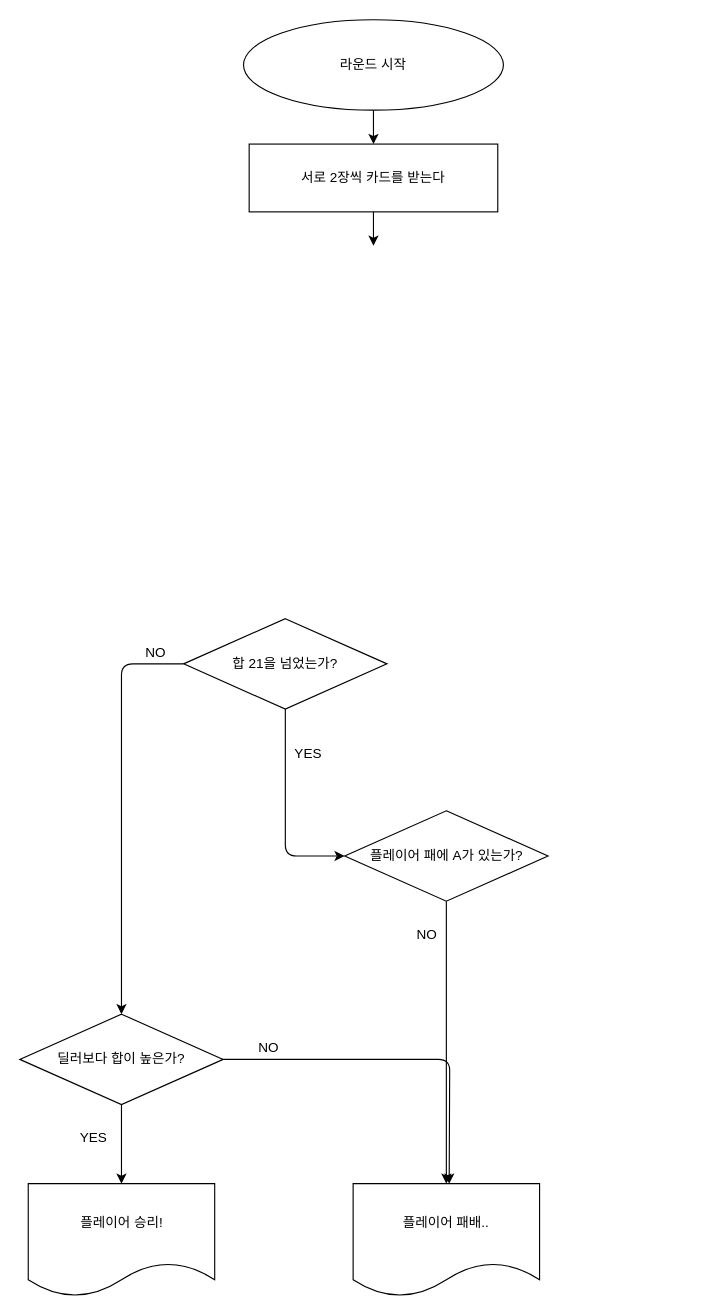
lchj333/CreateTest keeps this draw.io diagram as Untitled Diagram.drawio. Above is the earlier version. Source tidied: cells renumbered, new cells numbered last; positions are measured from the earlier drawing's top-left corner, leaving out a move shared by most shapes. Both pictures are drawn from the tidied source at 113%, with x=0, y=0 at pixel (19, 19).
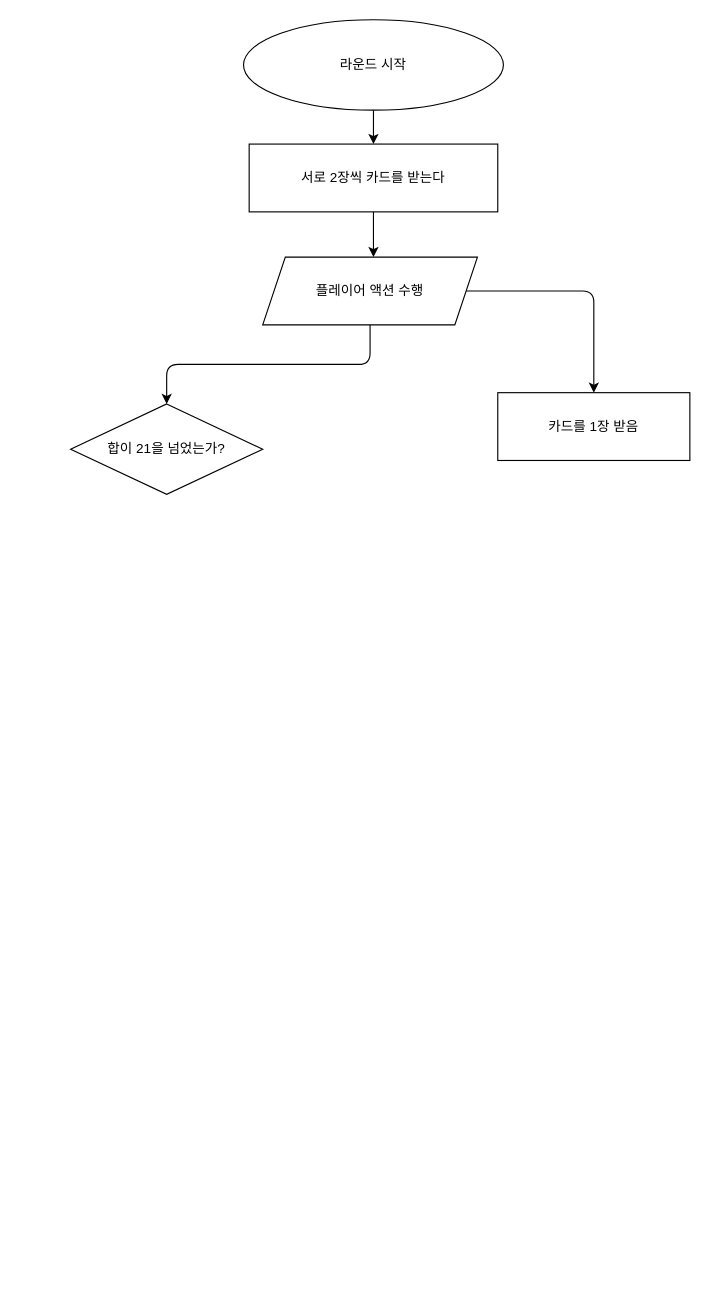
The same page after the edit.

Unchanged cells that the change refers to:
```xml
<mxCell id="16" value="서로 2장씩 카드를 받는다" style="rounded=0;whiteSpace=wrap;html=1;sketch=0;" parent="1" vertex="1">
  <mxGeometry x="203" y="110" width="220" height="60" as="geometry" />
</mxCell>
```

What changed in the source:
```diff
@@
-    <mxCell id="4" style="edgeStyle=orthogonalEdgeStyle;curved=0;rounded=1;sketch=0;jettySize=auto;html=1;" parent="1" edge="1" source="6" target="9">
-      <mxGeometry relative="1" as="geometry">
-        <Array as="points">
-          <mxPoint x="235" y="570" />
-          <mxPoint x="90" y="570" />
-        </Array>
-      </mxGeometry>
-    </mxCell>
-    <mxCell id="5" style="edgeStyle=orthogonalEdgeStyle;curved=0;rounded=1;sketch=0;jettySize=auto;html=1;exitX=0.5;exitY=1;exitDx=0;exitDy=0;entryX=0;entryY=0.5;entryDx=0;entryDy=0;" parent="1" edge="1" source="6" target="19">
-      <mxGeometry relative="1" as="geometry" />
-    </mxCell>
-    <mxCell id="6" value="합 21을 넘었는가?" style="rhombus;whiteSpace=wrap;html=1;rounded=0;sketch=0;" parent="1" vertex="1">
-      <mxGeometry x="145" y="530" width="180" height="80" as="geometry" />
-    </mxCell>
-    <mxCell id="7" style="edgeStyle=orthogonalEdgeStyle;curved=0;rounded=1;sketch=0;jettySize=auto;html=1;exitX=0.5;exitY=1;exitDx=0;exitDy=0;entryX=0.5;entryY=0;entryDx=0;entryDy=0;" parent="1" edge="1" source="9">
-      <mxGeometry relative="1" as="geometry">
-        <mxPoint x="90" y="1030" as="targetPoint" />
-      </mxGeometry>
-    </mxCell>
-    <mxCell id="8" style="edgeStyle=orthogonalEdgeStyle;curved=0;rounded=1;sketch=0;jettySize=auto;html=1;exitX=1;exitY=0.5;exitDx=0;exitDy=0;entryX=0.5;entryY=0;entryDx=0;entryDy=0;" parent="1" edge="1" source="9">
-      <mxGeometry relative="1" as="geometry">
-        <mxPoint x="380" y="1030" as="targetPoint" />
-      </mxGeometry>
-    </mxCell>
-    <mxCell id="9" value="딜러보다 합이 높은가?" style="rhombus;whiteSpace=wrap;html=1;rounded=0;sketch=0;" parent="1" vertex="1">
-      <mxGeometry y="880" width="180" height="80" as="geometry" />
-    </mxCell>
-    <mxCell id="10" value="NO" style="text;html=1;align=center;verticalAlign=middle;" parent="1" vertex="1">
-      <mxGeometry x="205" y="900" width="30" height="20" as="geometry" />
-    </mxCell>
-    <mxCell id="11" value="YES" style="text;html=1;align=center;verticalAlign=middle;" parent="1" vertex="1">
-      <mxGeometry x="45" y="980" width="40" height="20" as="geometry" />
-    </mxCell>
-    <mxCell id="12" value="YES" style="text;html=1;align=center;verticalAlign=middle;" parent="1" vertex="1">
-      <mxGeometry x="235" y="640" width="40" height="20" as="geometry" />
-    </mxCell>
-    <mxCell id="13" value="플레이어 승리!" style="shape=document;whiteSpace=wrap;html=1;boundedLbl=1;rounded=0;sketch=0;" parent="1" vertex="1">
-      <mxGeometry x="7.5" y="1030" width="165" height="100" as="geometry" />
-    </mxCell>
-    <mxCell id="14" value="플레이어 패배.." style="shape=document;whiteSpace=wrap;html=1;boundedLbl=1;rounded=0;sketch=0;" parent="1" vertex="1">
-      <mxGeometry x="295" y="1030" width="165" height="100" as="geometry" />
-    </mxCell>
     <mxCell id="15" style="edgeStyle=orthogonalEdgeStyle;curved=0;rounded=1;sketch=0;jettySize=auto;html=1;" parent="1" edge="1" source="16">
       <mxGeometry relative="1" as="geometry">
-        <mxPoint x="313" y="200" as="targetPoint" />
+        <mxPoint x="313" y="210" as="targetPoint" />
       </mxGeometry>
     </mxCell>
@@
-    <mxCell id="17" value="NO" style="text;html=1;align=center;verticalAlign=middle;" parent="1" vertex="1">
-      <mxGeometry x="105" y="550" width="30" height="20" as="geometry" />
-    </mxCell>
-    <mxCell id="18" style="edgeStyle=orthogonalEdgeStyle;curved=0;rounded=1;sketch=0;jettySize=auto;html=1;exitX=0.5;exitY=1;exitDx=0;exitDy=0;" parent="1" edge="1" source="19" target="14">
-      <mxGeometry relative="1" as="geometry">
-        <Array as="points">
-          <mxPoint x="378" y="900" />
-          <mxPoint x="378" y="900" />
-        </Array>
-      </mxGeometry>
-    </mxCell>
-    <mxCell id="19" value="플레이어 패에 A가 있는가?" style="rhombus;whiteSpace=wrap;html=1;rounded=0;sketch=0;" parent="1" vertex="1">
-      <mxGeometry x="287.5" y="700" width="180" height="80" as="geometry" />
-    </mxCell>
-    <mxCell id="20" value="NO" style="text;html=1;align=center;verticalAlign=middle;" parent="1" vertex="1">
-      <mxGeometry x="345" y="800" width="30" height="20" as="geometry" />
-    </mxCell>
+    <mxCell id="21" style="edgeStyle=orthogonalEdgeStyle;curved=0;rounded=1;sketch=0;jettySize=auto;html=1;" parent="1" edge="1" source="23" target="24">
+      <mxGeometry relative="1" as="geometry" />
+    </mxCell>
+    <mxCell id="22" style="edgeStyle=orthogonalEdgeStyle;curved=0;rounded=1;sketch=0;jettySize=auto;html=1;" parent="1" edge="1" source="23" target="25">
+      <mxGeometry relative="1" as="geometry" />
+    </mxCell>
+    <mxCell id="23" value="플레이어 액션 수행" style="shape=parallelogram;perimeter=parallelogramPerimeter;whiteSpace=wrap;html=1;fixedSize=1;rounded=0;sketch=0;" parent="1" vertex="1">
+      <mxGeometry x="215" y="210" width="190" height="60" as="geometry" />
+    </mxCell>
+    <mxCell id="24" value="카드를 1장 받음" style="whiteSpace=wrap;html=1;rounded=0;sketch=0;" parent="1" vertex="1">
+      <mxGeometry x="423" y="330" width="170" height="60" as="geometry" />
+    </mxCell>
+    <mxCell id="25" value="합이 21을 넘었는가?" style="rhombus;whiteSpace=wrap;html=1;rounded=0;sketch=0;" parent="1" vertex="1">
+      <mxGeometry x="45" y="340" width="170" height="80" as="geometry" />
+    </mxCell>
```
